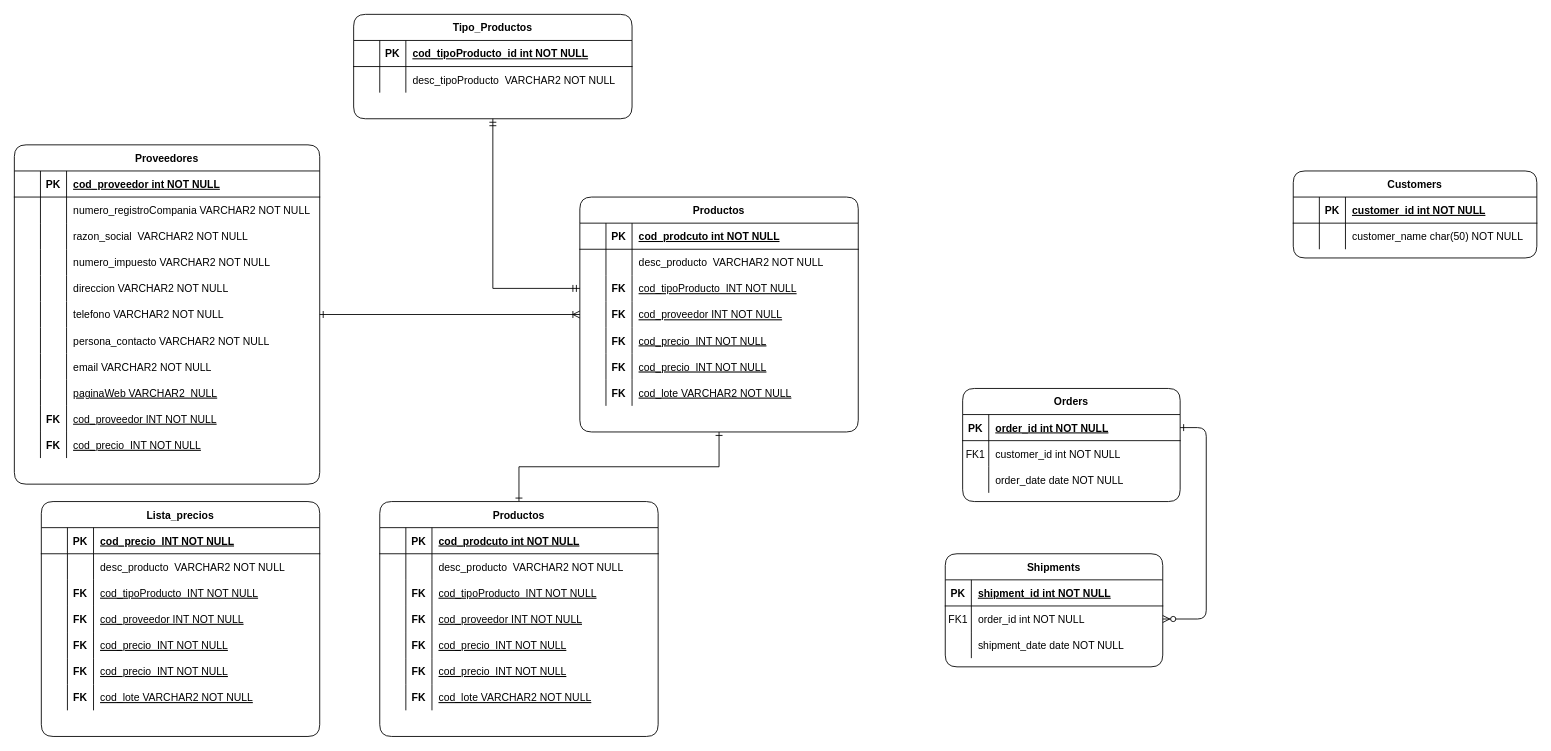
Before: Untitled Diagram.drawio in frankddiazr/ActividadFinal-VisualizacionDatos, a draw.io diagram. Source tidied: cells renumbered, new cells numbered last; positions are measured from the earlier drawing's top-left corner, leaving out a move shared by most shapes. Both pictures are drawn from the tidied source at 87%, with x=0, y=0 at pixel (14, 14).
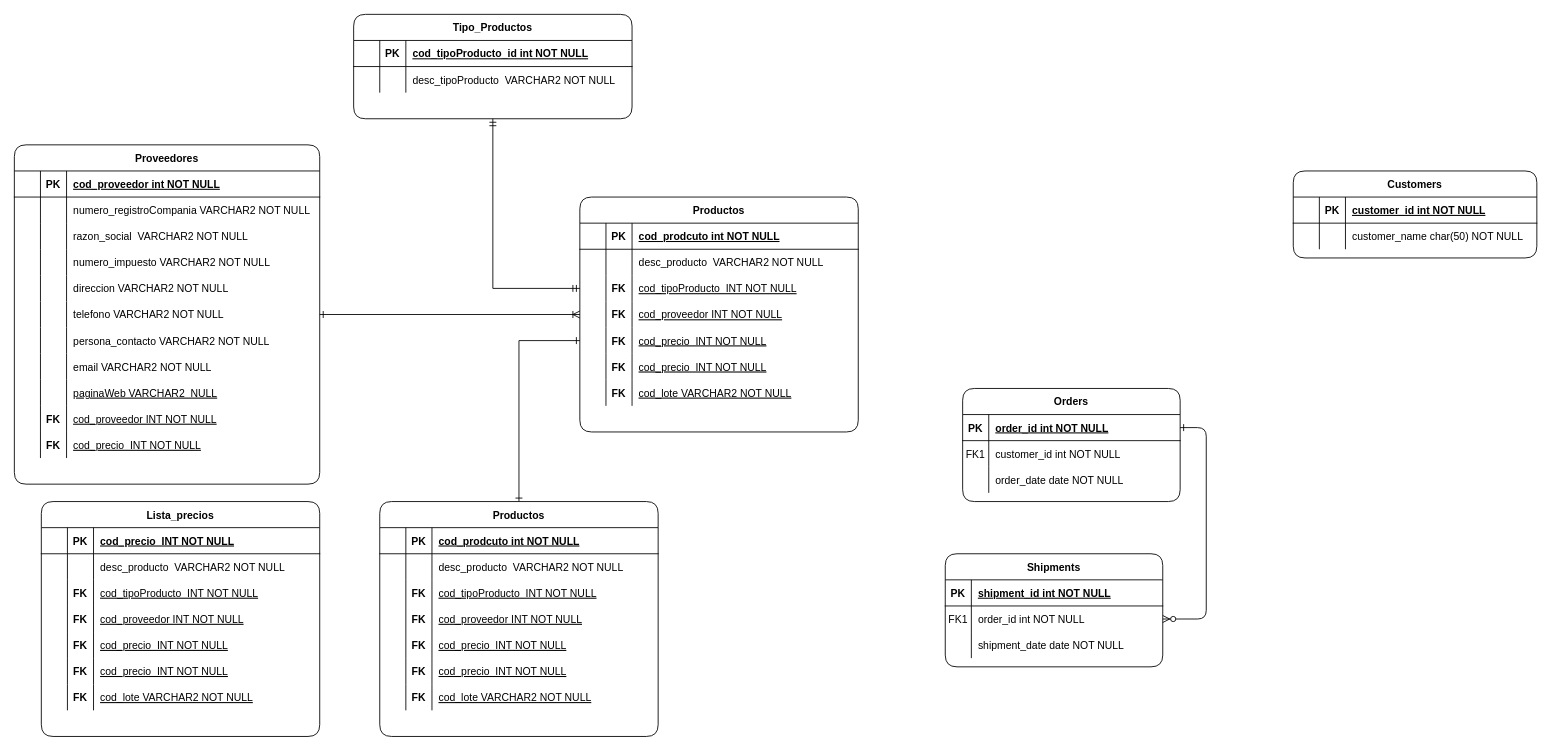
Above is the later version.

Unchanged cells that the change refers to:
```xml
<mxCell id="34" value="Productos" style="shape=table;startSize=30;childLayout=tableLayout;rowLines=0;fontStyle=1;align=center;sketch=0;shadow=0;rounded=1;swimlaneLine=1;" parent="1" vertex="1">
  <mxGeometry x="650" y="210" width="320" height="270" as="geometry" />
</mxCell>
<mxCell id="51" style="shape=partialRectangle;fillColor=none;points=[[0,0.5],[1,0.5]];portConstraint=eastwest;top=0;left=0;right=0;bottom=0;" parent="34" vertex="1">
  <mxGeometry y="150" width="320" height="30" as="geometry" />
</mxCell>
<mxCell id="147" value="Productos" style="shape=table;startSize=30;childLayout=tableLayout;rowLines=0;fontStyle=1;align=center;sketch=0;shadow=0;rounded=1;swimlaneLine=1;" parent="1" vertex="1">
  <mxGeometry x="420" y="560" width="320" height="270" as="geometry" />
</mxCell>
```

Diff of the diagram source:
```diff
@@
-    <mxCell id="33" style="edgeStyle=orthogonalEdgeStyle;rounded=0;jettySize=auto;html=1;startArrow=ERone;startFill=0;endArrow=ERone;endFill=0;" parent="1" edge="1" source="34" target="147">
+    <mxCell id="33" style="edgeStyle=orthogonalEdgeStyle;rounded=0;jettySize=auto;html=1;startArrow=ERone;startFill=0;endArrow=ERone;endFill=0;exitX=0;exitY=0.5;exitDx=0;exitDy=0;" parent="1" edge="1" source="51" target="147">
       <mxGeometry relative="1" as="geometry" />
     </mxCell>
```
